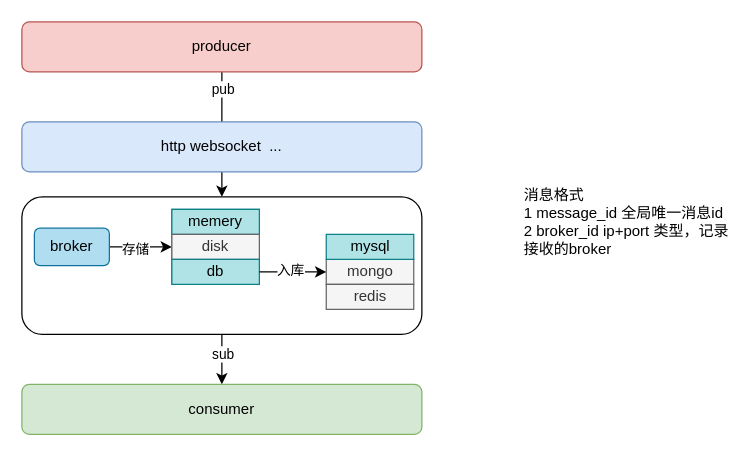
oliverschen/draw.io keeps this draw.io diagram as jihe/mq/ck-mq.drawio. Above is the earlier version. Source tidied: cells renumbered, new cells numbered last; positions are measured from the earlier drawing's top-left corner, leaving out a move shared by most shapes. Both pictures are drawn from the tidied source at 125%, with x=0, y=0 at pixel (21, 21).
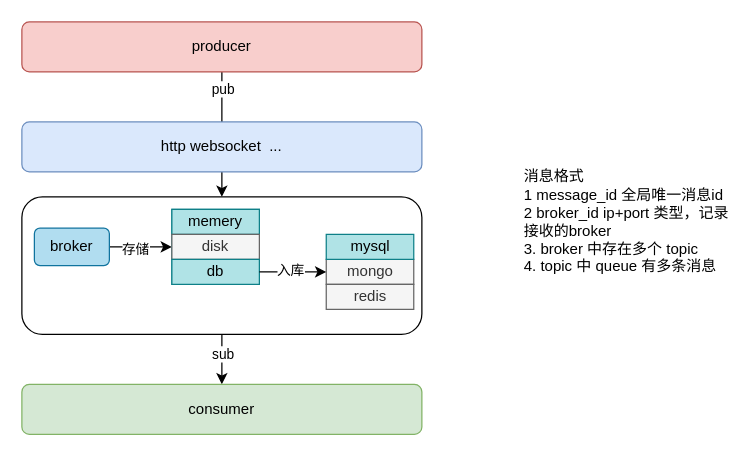
The same diagram, later.

What changed in the source:
```diff
@@
-    <mxCell id="22" value="消息格式&lt;br&gt;&lt;div&gt;&lt;span&gt;1&amp;nbsp;message_id&amp;nbsp;全局唯一消息id&lt;/span&gt;&lt;/div&gt;&lt;div&gt;&lt;span&gt;2&amp;nbsp;broker_id&amp;nbsp;ip+port&amp;nbsp;类型，记录接收的broker&lt;/span&gt;&lt;/div&gt;" style="text;html=1;strokeColor=none;fillColor=none;align=left;verticalAlign=middle;whiteSpace=wrap;rounded=0;" parent="1" vertex="1">
+    <mxCell id="22" value="消息格式&lt;br&gt;&lt;div&gt;&lt;span&gt;1&amp;nbsp;message_id&amp;nbsp;全局唯一消息id&lt;/span&gt;&lt;/div&gt;&lt;div&gt;&lt;span&gt;2&amp;nbsp;broker_id&amp;nbsp;ip+port&amp;nbsp;类型，记录接收的broker&lt;/span&gt;&lt;/div&gt;&lt;div&gt;&lt;span&gt;3. broker&amp;nbsp;中存在多个&amp;nbsp;topic&lt;/span&gt;&lt;/div&gt;&lt;div&gt;&lt;span&gt;4. topic&amp;nbsp;中&amp;nbsp;queue&amp;nbsp;有多条消息&lt;/span&gt;&lt;/div&gt;" style="text;html=1;strokeColor=none;fillColor=none;align=left;verticalAlign=middle;whiteSpace=wrap;rounded=0;" parent="1" vertex="1">
       <mxGeometry x="400" y="125" width="170" height="70" as="geometry" />
     </mxCell>
```
